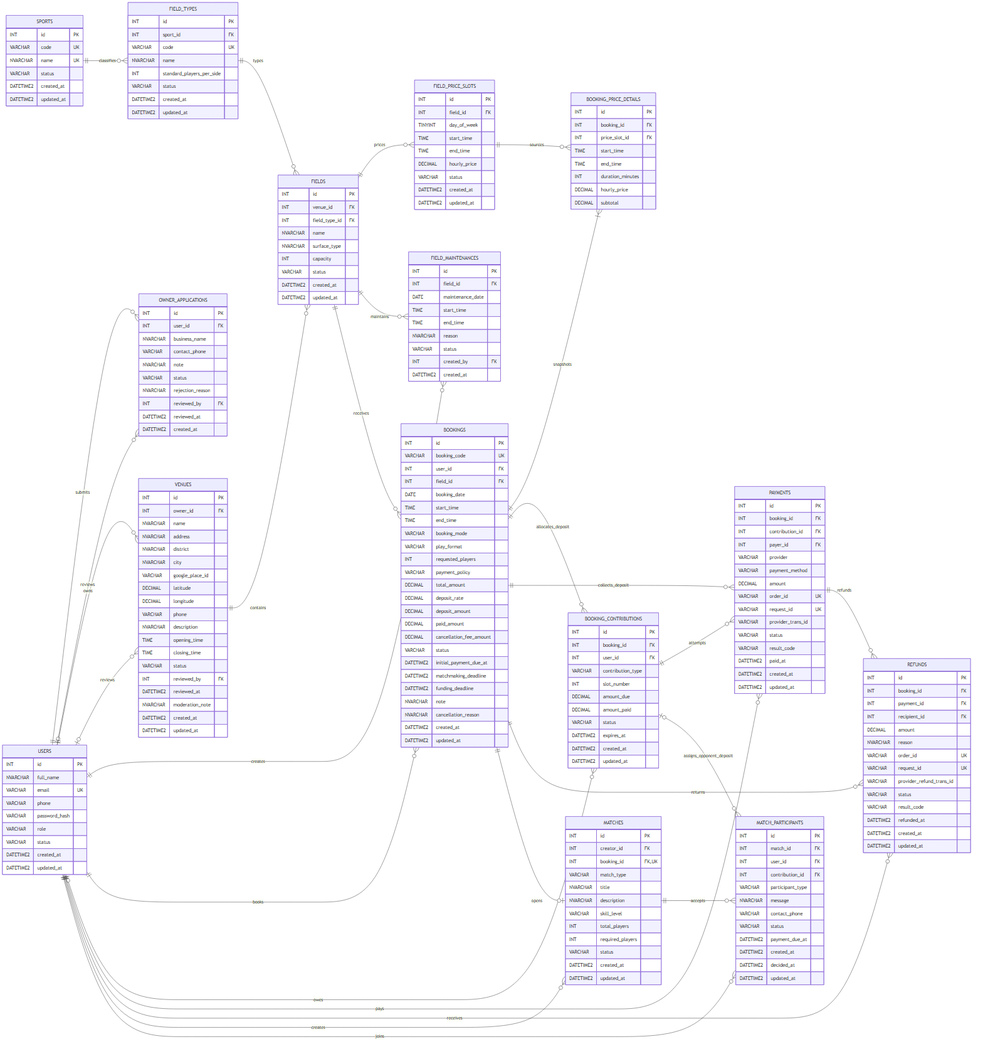
Above: docs/diagrams/erd.png in nguyenhuynguyenhuy195-creator/sports-field-booking-system (Mermaid), before the change. Its source is kept beside it as docs/diagrams/erd.mmd.
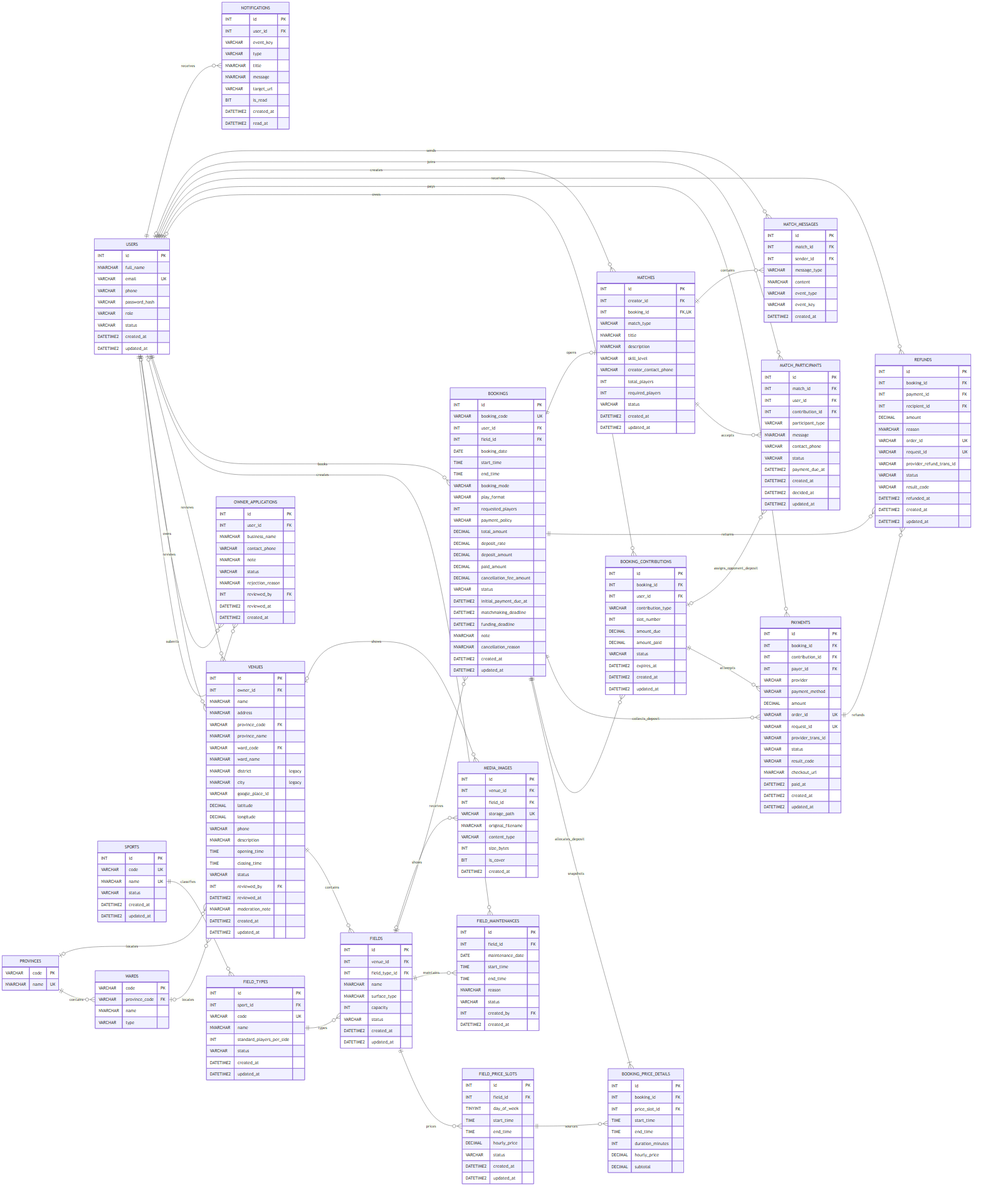
After the change.

The edit, as a diff of the source:
```diff
@@ -185,6 +185,7 @@
         VARCHAR provider_trans_id
         VARCHAR status
         VARCHAR result_code
+        NVARCHAR checkout_url
         DATETIME2 paid_at
         DATETIME2 created_at
         DATETIME2 updated_at
@@ -215,6 +216,7 @@
         NVARCHAR title
         NVARCHAR description
         VARCHAR skill_level
+        VARCHAR creator_contact_phone
         INT total_players
         INT required_players
         VARCHAR status
@@ -235,6 +237,42 @@
         DATETIME2 created_at
         DATETIME2 decided_at
         DATETIME2 updated_at
+    }
+
+    MATCH_MESSAGES {
+        INT id PK
+        INT match_id FK
+        INT sender_id FK
+        VARCHAR message_type
+        NVARCHAR content
+        VARCHAR event_type
+        VARCHAR event_key
+        DATETIME2 created_at
+    }
+
+    NOTIFICATIONS {
+        INT id PK
+        INT user_id FK
+        VARCHAR event_key
+        VARCHAR type
+        NVARCHAR title
+        NVARCHAR message
+        VARCHAR target_url
+        BIT is_read
+        DATETIME2 created_at
+        DATETIME2 read_at
+    }
+
+    MEDIA_IMAGES {
+        INT id PK
+        INT venue_id FK
+        INT field_id FK
+        VARCHAR storage_path UK
+        NVARCHAR original_filename
+        VARCHAR content_type
+        INT size_bytes
+        BIT is_cover
+        DATETIME2 created_at
     }
 
     USERS ||--o{ OWNER_APPLICATIONS : submits
@@ -267,3 +305,8 @@
     MATCHES ||--o{ MATCH_PARTICIPANTS : accepts
     USERS ||--o{ MATCH_PARTICIPANTS : joins
     BOOKING_CONTRIBUTIONS o|--o{ MATCH_PARTICIPANTS : assigns_opponent_deposit
+    MATCHES ||--o{ MATCH_MESSAGES : contains
+    USERS o|--o{ MATCH_MESSAGES : sends
+    USERS ||--o{ NOTIFICATIONS : receives
+    VENUES o|--o{ MEDIA_IMAGES : shows
+    FIELDS o|--o{ MEDIA_IMAGES : shows
```
